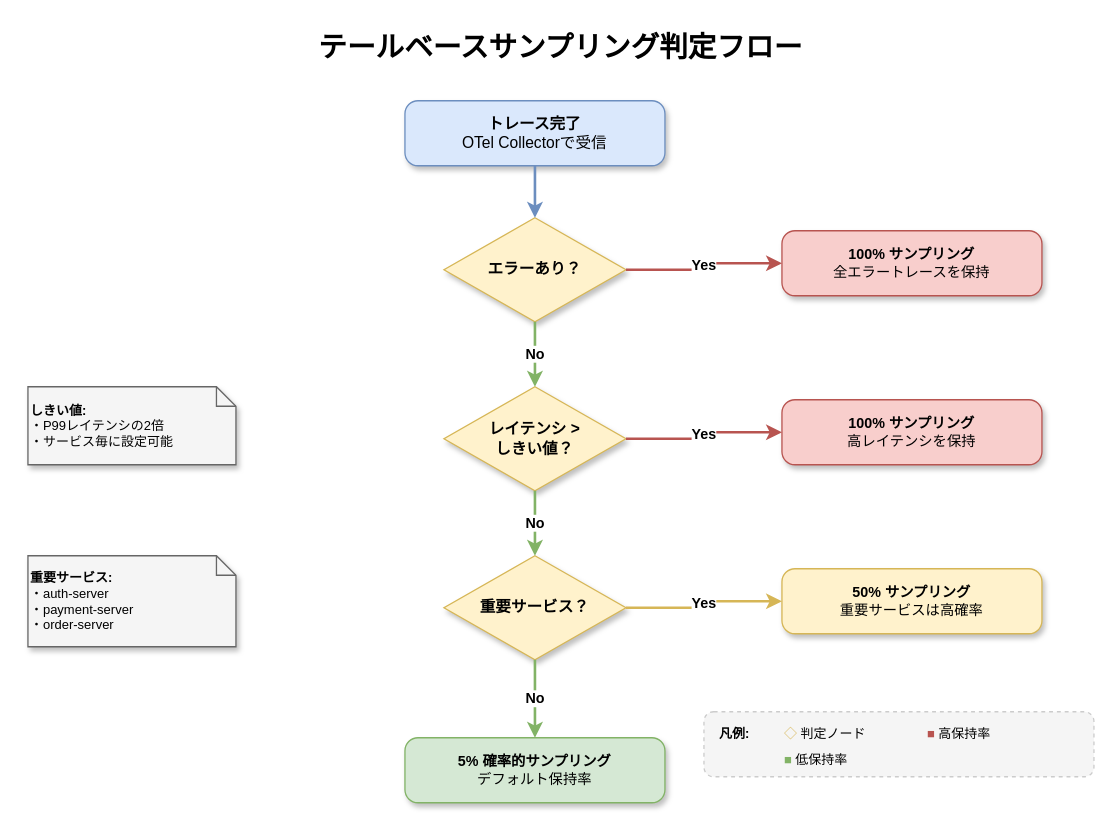
Above: docs/architecture/observability/images/otel-tail-sampling-decision-tree.drawio in RyuheiKiso/k1s0 (draw.io), before the change. Source tidied: cells renumbered, new cells numbered last; positions are measured from the earlier drawing's top-left corner, leaving out a move shared by most shapes. Both pictures are drawn from the tidied source at 130%, with x=0, y=0 at pixel (27, 22).
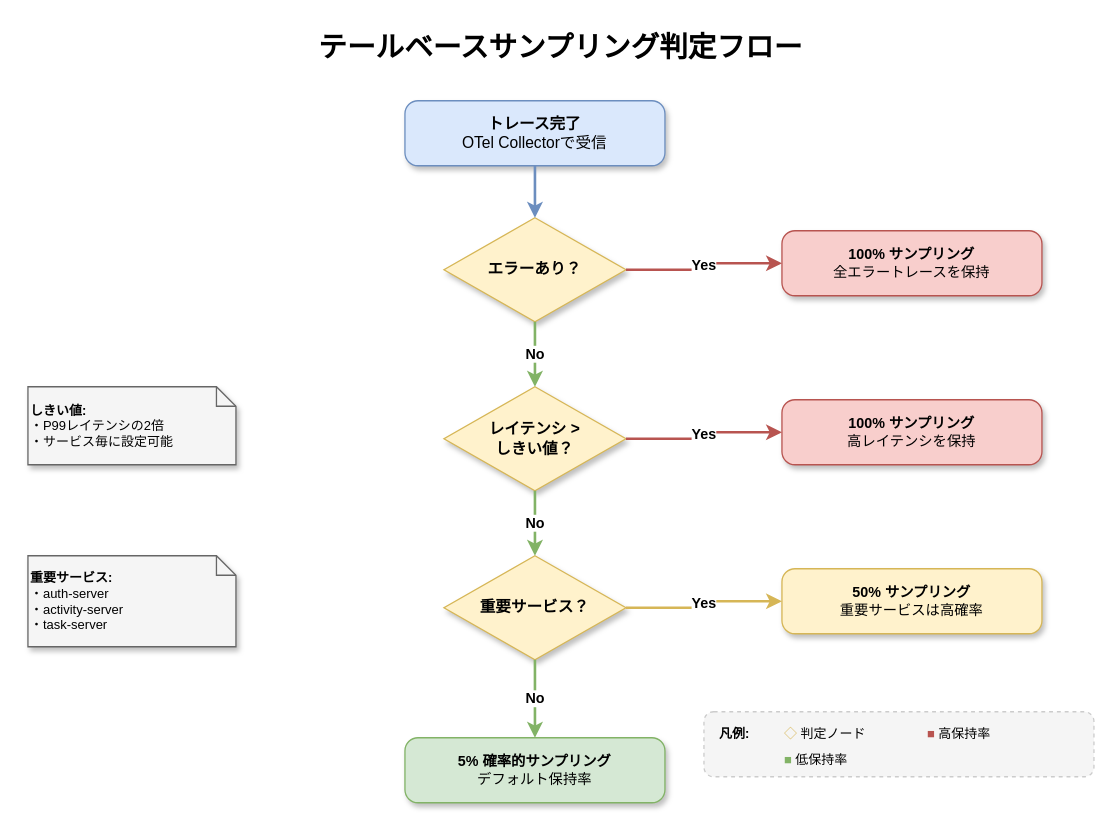
After the change.

What changed in the source:
```diff
@@
-    <mxCell id="19" value="&lt;b&gt;重要サービス:&lt;/b&gt;&lt;br&gt;・auth-server&lt;br&gt;・payment-server&lt;br&gt;・order-server" style="shape=note;whiteSpace=wrap;html=1;fillColor=#F5F5F5;strokeColor=#666666;fontSize=10;align=left;shadow=1;size=15;" parent="1" vertex="1">
+    <mxCell id="19" value="&lt;b&gt;重要サービス:&lt;/b&gt;&lt;br&gt;・auth-server&lt;br&gt;・activity-server&lt;br&gt;・task-server" style="shape=note;whiteSpace=wrap;html=1;fillColor=#F5F5F5;strokeColor=#666666;fontSize=10;align=left;shadow=1;size=15;" parent="1" vertex="1">
       <mxGeometry y="410" width="160" height="70" as="geometry" />
     </mxCell>
```
